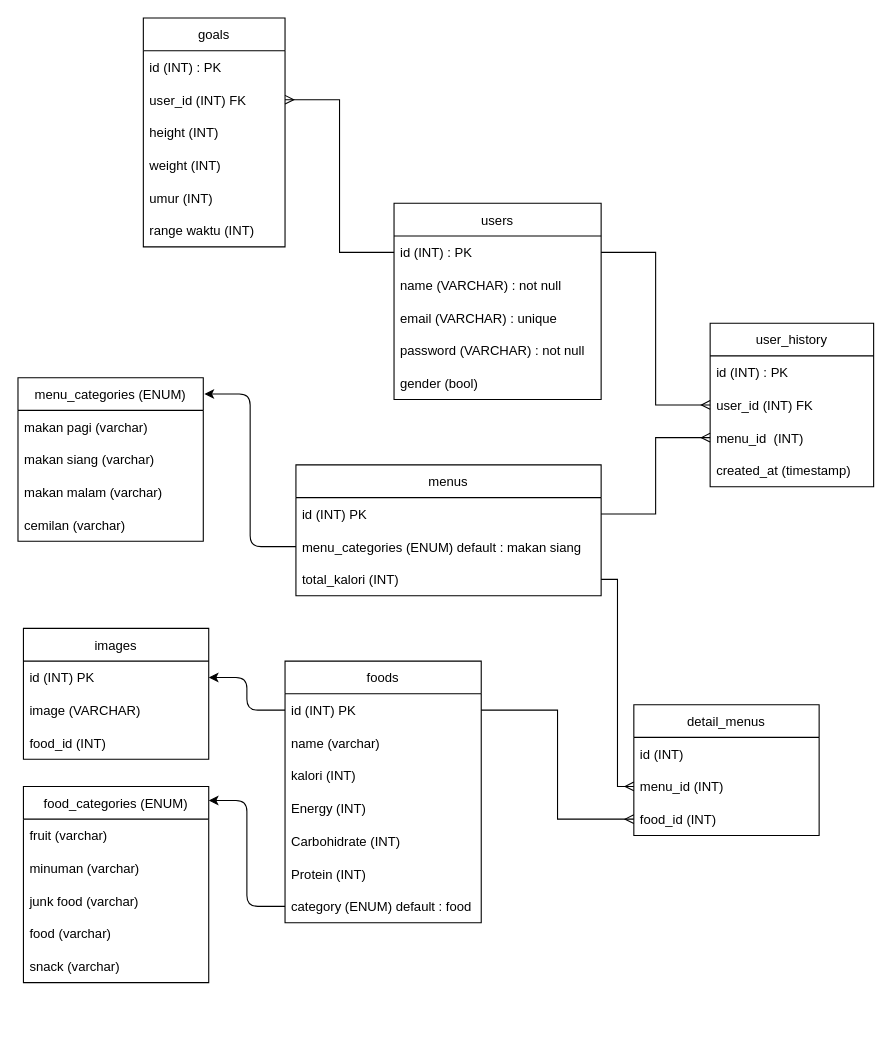
Earlier version of the draw.io diagram concepts/erd/ERD.drawio (FINAL-PROJECT-ALTA/BE). Source tidied: cells renumbered, new cells numbered last; positions are measured from the earlier drawing's top-left corner, leaving out a move shared by most shapes. Both pictures are drawn from the tidied source at 109%, with x=0, y=0 at pixel (17, 17).
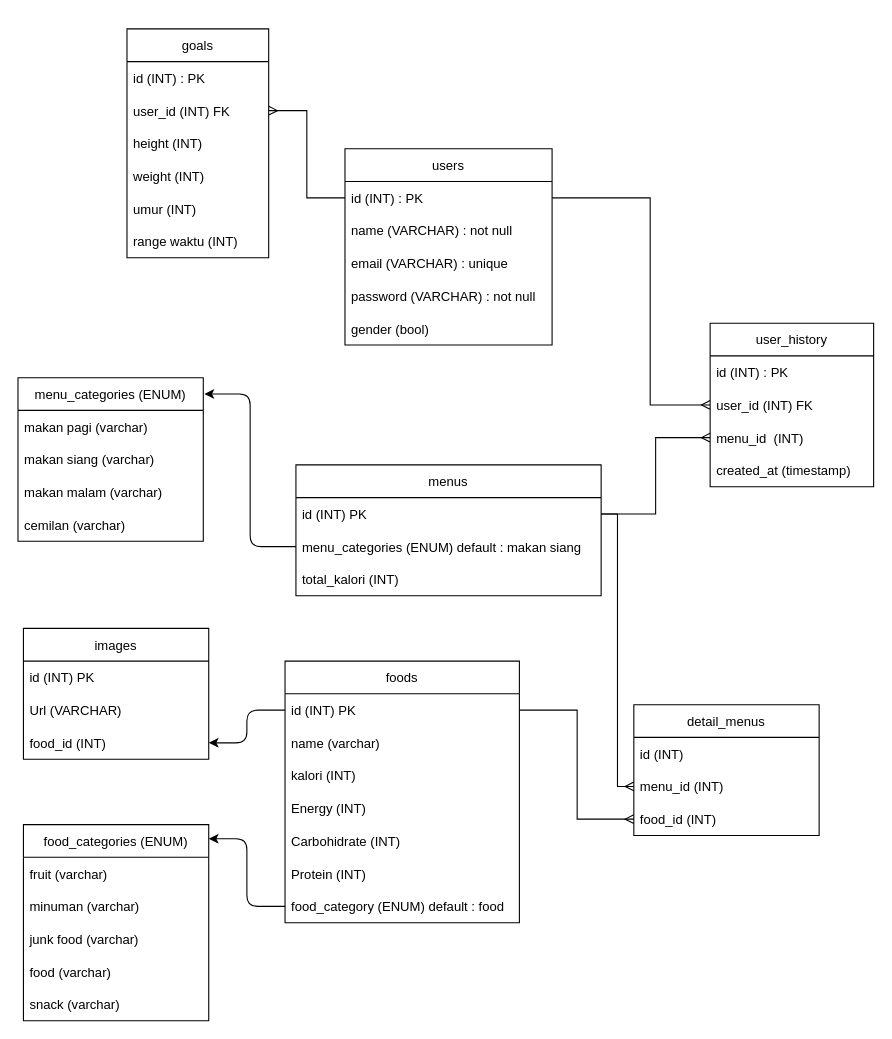
The same diagram, later.

Commit message (it also covers changes not shown here):
update erd & open api

Unchanged cells that the change refers to:
```xml
<mxCell id="3" value="id (INT) : PK" style="text;strokeColor=none;fillColor=none;align=left;verticalAlign=middle;spacingLeft=4;spacingRight=4;overflow=hidden;points=[[0,0.5],[1,0.5]];portConstraint=eastwest;" parent="2" vertex="1">
  <mxGeometry y="30" width="190" height="30" as="geometry" />
</mxCell>
<mxCell id="8" value="images" style="swimlane;fontStyle=0;horizontal=1;startSize=30;" parent="1" vertex="1">
  <mxGeometry x="5" y="560" width="170" height="120" as="geometry" />
</mxCell>
<mxCell id="9" value="id (INT) PK" style="text;strokeColor=none;fillColor=none;align=left;verticalAlign=middle;spacingLeft=4;spacingRight=4;overflow=hidden;points=[[0,0.5],[1,0.5]];portConstraint=eastwest;" parent="8" vertex="1">
  <mxGeometry y="30" width="170" height="30" as="geometry" />
</mxCell>
<mxCell id="11" value="food_id (INT) " style="text;strokeColor=none;fillColor=none;align=left;verticalAlign=middle;spacingLeft=4;spacingRight=4;overflow=hidden;points=[[0,0.5],[1,0.5]];portConstraint=eastwest;" parent="8" vertex="1">
  <mxGeometry y="90" width="170" height="30" as="geometry" />
</mxCell>
<mxCell id="22" value="user_id (INT) FK" style="text;strokeColor=none;fillColor=none;align=left;verticalAlign=middle;spacingLeft=4;spacingRight=4;overflow=hidden;points=[[0,0.5],[1,0.5]];portConstraint=eastwest;" parent="20" vertex="1">
  <mxGeometry y="60" width="130" height="30" as="geometry" />
</mxCell>
<mxCell id="29" value="id (INT) PK" style="text;strokeColor=none;fillColor=none;align=left;verticalAlign=middle;spacingLeft=4;spacingRight=4;overflow=hidden;points=[[0,0.5],[1,0.5]];portConstraint=eastwest;" parent="28" vertex="1">
  <mxGeometry y="30" width="280" height="30" as="geometry" />
</mxCell>
<mxCell id="40" value="menu_id (INT)" style="text;strokeColor=none;fillColor=none;align=left;verticalAlign=middle;spacingLeft=4;spacingRight=4;overflow=hidden;points=[[0,0.5],[1,0.5]];portConstraint=eastwest;" parent="38" vertex="1">
  <mxGeometry y="60" width="170" height="30" as="geometry" />
</mxCell>
<mxCell id="47" value="user_id (INT) FK" style="text;strokeColor=none;fillColor=none;align=left;verticalAlign=middle;spacingLeft=4;spacingRight=4;overflow=hidden;points=[[0,0.5],[1,0.5]];portConstraint=eastwest;" parent="45" vertex="1">
  <mxGeometry y="60" width="150" height="30" as="geometry" />
</mxCell>
```

Change to the diagram source:
```diff
@@
     <mxCell id="2" value="users" style="swimlane;fontStyle=0;horizontal=1;startSize=30;" parent="1" vertex="1">
-      <mxGeometry x="345" y="170" width="190" height="180" as="geometry" />
+      <mxGeometry x="300" y="120" width="190" height="180" as="geometry" />
     </mxCell>
@@
-    <mxCell id="10" value="image (VARCHAR) " style="text;strokeColor=none;fillColor=none;align=left;verticalAlign=middle;spacingLeft=4;spacingRight=4;overflow=hidden;" parent="8" vertex="1">
+    <mxCell id="10" value="Url (VARCHAR) " style="text;strokeColor=none;fillColor=none;align=left;verticalAlign=middle;spacingLeft=4;spacingRight=4;overflow=hidden;" parent="8" vertex="1">
       <mxGeometry y="60" width="170" height="30" as="geometry" />
     </mxCell>
@@
     <mxCell id="12" value="foods" style="swimlane;fontStyle=0;horizontal=1;startSize=30;" parent="1" vertex="1">
-      <mxGeometry x="245" y="590" width="180" height="240" as="geometry" />
+      <mxGeometry x="245" y="590" width="215" height="240" as="geometry" />
     </mxCell>
     <mxCell id="13" value="id (INT) PK" style="text;strokeColor=none;fillColor=none;align=left;verticalAlign=middle;spacingLeft=4;spacingRight=4;overflow=hidden;points=[[0,0.5],[1,0.5]];portConstraint=eastwest;" parent="12" vertex="1">
-      <mxGeometry y="30" width="180" height="30" as="geometry" />
+      <mxGeometry y="30" width="215" height="30" as="geometry" />
     </mxCell>
     <mxCell id="14" value="name (varchar)" style="text;strokeColor=none;fillColor=none;align=left;verticalAlign=middle;spacingLeft=4;spacingRight=4;overflow=hidden;" parent="12" vertex="1">
-      <mxGeometry y="60" width="180" height="30" as="geometry" />
+      <mxGeometry y="60" width="215" height="30" as="geometry" />
     </mxCell>
     <mxCell id="15" value="kalori (INT)" style="text;strokeColor=none;fillColor=none;align=left;verticalAlign=middle;spacingLeft=4;spacingRight=4;overflow=hidden;" parent="12" vertex="1">
-      <mxGeometry y="90" width="180" height="30" as="geometry" />
+      <mxGeometry y="90" width="215" height="30" as="geometry" />
     </mxCell>
     <mxCell id="16" value="Energy (INT)" style="text;strokeColor=none;fillColor=none;align=left;verticalAlign=middle;spacingLeft=4;spacingRight=4;overflow=hidden;" parent="12" vertex="1">
-      <mxGeometry y="120" width="180" height="30" as="geometry" />
+      <mxGeometry y="120" width="215" height="30" as="geometry" />
     </mxCell>
     <mxCell id="17" value="Carbohidrate (INT)" style="text;strokeColor=none;fillColor=none;align=left;verticalAlign=middle;spacingLeft=4;spacingRight=4;overflow=hidden;" parent="12" vertex="1">
-      <mxGeometry y="150" width="180" height="30" as="geometry" />
+      <mxGeometry y="150" width="215" height="30" as="geometry" />
     </mxCell>
     <mxCell id="18" value="Protein (INT)" style="text;strokeColor=none;fillColor=none;align=left;verticalAlign=middle;spacingLeft=4;spacingRight=4;overflow=hidden;" parent="12" vertex="1">
-      <mxGeometry y="180" width="180" height="30" as="geometry" />
+      <mxGeometry y="180" width="215" height="30" as="geometry" />
     </mxCell>
-    <mxCell id="19" value="category (ENUM) default : food" style="text;strokeColor=none;fillColor=none;align=left;verticalAlign=middle;spacingLeft=4;spacingRight=4;overflow=hidden;points=[[0,0.5],[1,0.5]];portConstraint=eastwest;" parent="12" vertex="1">
-      <mxGeometry y="210" width="180" height="30" as="geometry" />
+    <mxCell id="19" value="food_category (ENUM) default : food" style="text;strokeColor=none;fillColor=none;align=left;verticalAlign=middle;spacingLeft=4;spacingRight=4;overflow=hidden;points=[[0,0.5],[1,0.5]];portConstraint=eastwest;" parent="12" vertex="1">
+      <mxGeometry y="210" width="215" height="30" as="geometry" />
     </mxCell>
     <mxCell id="20" value="goals" style="swimlane;fontStyle=0;horizontal=1;startSize=30;" parent="1" vertex="1">
-      <mxGeometry x="115" width="130" height="210" as="geometry" />
+      <mxGeometry x="100" y="10" width="130" height="210" as="geometry" />
     </mxCell>
@@
-    <mxCell id="37" style="edgeStyle=elbowEdgeStyle;fontSize=12;html=1;endArrow=ERmany;rounded=0;exitX=1;exitY=0.5;exitDx=0;exitDy=0;entryX=0;entryY=0.5;entryDx=0;entryDy=0;" parent="1" edge="1" target="40">
-      <mxGeometry relative="1" as="geometry">
-        <mxPoint x="535" y="515" as="sourcePoint" />
-      </mxGeometry>
+    <mxCell id="37" style="edgeStyle=elbowEdgeStyle;fontSize=12;html=1;endArrow=ERmany;rounded=0;exitX=1;exitY=0.5;exitDx=0;exitDy=0;entryX=0;entryY=0.5;entryDx=0;entryDy=0;" parent="1" edge="1" source="29" target="40">
+      <mxGeometry relative="1" as="geometry" />
     </mxCell>
@@
-    <mxCell id="44" style="edgeStyle=elbowEdgeStyle;fontSize=12;html=1;endArrow=ERmany;rounded=0;exitX=0;exitY=0.5;exitDx=0;exitDy=0;" parent="1" edge="1" source="3">
-      <mxGeometry relative="1" as="geometry">
-        <mxPoint x="245" y="75" as="targetPoint" />
-      </mxGeometry>
+    <mxCell id="44" style="edgeStyle=elbowEdgeStyle;fontSize=12;html=1;endArrow=ERmany;rounded=0;exitX=0;exitY=0.5;exitDx=0;exitDy=0;" parent="1" edge="1" source="3" target="22">
+      <mxGeometry relative="1" as="geometry" />
     </mxCell>
@@
     <mxCell id="51" style="edgeStyle=elbowEdgeStyle;fontSize=12;html=1;endArrow=ERmany;rounded=0;exitX=1;exitY=0.25;exitDx=0;exitDy=0;entryX=0;entryY=0.5;entryDx=0;entryDy=0;" parent="1" edge="1" source="2" target="47">
-      <mxGeometry relative="1" as="geometry" />
+      <mxGeometry relative="1" as="geometry">
+        <Array as="points">
+          <mxPoint x="580" y="260" />
+        </Array>
+      </mxGeometry>
     </mxCell>
-    <mxCell id="52" style="edgeStyle=elbowEdgeStyle;html=1;exitX=0;exitY=0.5;exitDx=0;exitDy=0;entryX=1;entryY=0.5;entryDx=0;entryDy=0;" parent="1" edge="1" source="13" target="9">
+    <mxCell id="52" style="edgeStyle=elbowEdgeStyle;html=1;exitX=0;exitY=0.5;exitDx=0;exitDy=0;entryX=1;entryY=0.5;entryDx=0;entryDy=0;" parent="1" edge="1" source="13" target="11">
       <mxGeometry relative="1" as="geometry" />
     </mxCell>
     <mxCell id="53" value="food_categories (ENUM)" style="swimlane;fontStyle=0;horizontal=1;startSize=30;" parent="1" vertex="1">
-      <mxGeometry x="5" y="705" width="170" height="180" as="geometry" />
+      <mxGeometry x="5" y="740" width="170" height="180" as="geometry" />
     </mxCell>
```
